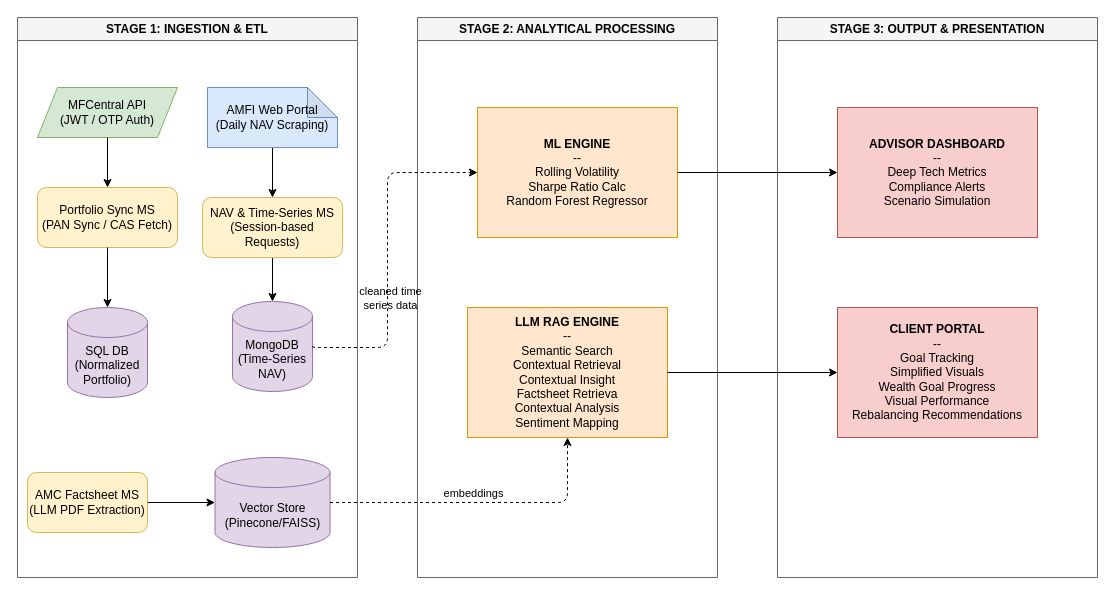
Above: diagrams/aiml-wms-arch.drawio in govindthange/agentic-wealth-advisor-crew (draw.io), before the change. Source tidied: cells renumbered, new cells numbered last; positions are measured from the earlier drawing's top-left corner, leaving out a move shared by most shapes. Both pictures are drawn from the tidied source at 100%, with x=0, y=0 at pixel (17, 17).
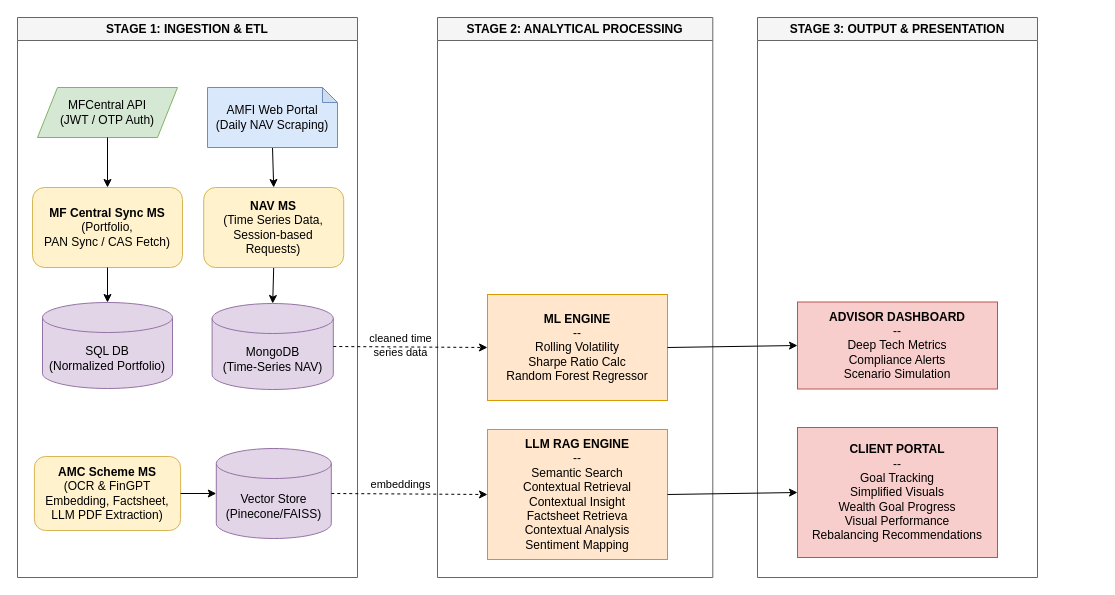
The same diagram, later.

Unchanged cells that the change refers to:
```xml
<mxCell id="2" value="STAGE 1: INGESTION &amp;amp; ETL" style="swimlane;whiteSpace=wrap;html=1;fillColor=#f5f5f5;strokeColor=#666666;fontStyle=1;" parent="1" vertex="1">
  <mxGeometry width="340" height="560" as="geometry" />
</mxCell>
<mxCell id="11" value="MFCentral API&#10;(JWT / OTP Auth)" style="shape=parallelogram;perimeter=parallelogramPerimeter;whiteSpace=wrap;html=1;fixedSize=1;fillColor=#d5e8d4;strokeColor=#82b366;" parent="2" vertex="1">
  <mxGeometry x="20" y="70" width="140" height="50" as="geometry" />
</mxCell>
```

What changed in the source:
```diff
@@
     <mxCell id="3" value="MongoDB&#10;(Time-Series NAV)" style="shape=cylinder3;whiteSpace=wrap;html=1;boundedLbl=1;backgroundOutline=1;size=15;fillColor=#e1d5e7;strokeColor=#9673a6;" parent="2" vertex="1">
-      <mxGeometry x="215" y="284" width="80" height="90" as="geometry" />
+      <mxGeometry x="194.6" y="286" width="121.2" height="86" as="geometry" />
     </mxCell>
@@
-    <mxCell id="5" value="NAV &amp;amp; Time-Series MS&#10;(Session-based Requests)" style="rounded=1;whiteSpace=wrap;html=1;fillColor=#fff2cc;strokeColor=#d6b656;" parent="2" vertex="1">
-      <mxGeometry x="185" y="180" width="140" height="60" as="geometry" />
+    <mxCell id="5" value="&lt;b&gt;NAV MS&lt;/b&gt;&lt;br&gt;(Time Series Data, Session-based&lt;div&gt;Requests)&lt;/div&gt;" style="rounded=1;whiteSpace=wrap;html=1;fillColor=#fff2cc;strokeColor=#d6b656;" parent="2" vertex="1">
+      <mxGeometry x="186.2" y="170" width="140" height="80" as="geometry" />
     </mxCell>
@@
-    <mxCell id="7" value="AMFI Web Portal&#10;(Daily NAV Scraping)" style="shape=note;whiteSpace=wrap;html=1;backgroundOutline=1;darkOpacity=0.05;fillColor=#dae8fc;strokeColor=#6c8ebf;" parent="2" vertex="1">
+    <mxCell id="7" value="AMFI Web Portal&#10;(Daily NAV Scraping)" style="shape=note;whiteSpace=wrap;html=1;backgroundOutline=1;darkOpacity=0.05;fillColor=#dae8fc;strokeColor=#6c8ebf;size=15;" parent="2" vertex="1">
       <mxGeometry x="190" y="70" width="130" height="60" as="geometry" />
     </mxCell>
-    <mxCell id="8" value="AMC Factsheet MS&#10;(LLM PDF Extraction)" style="rounded=1;whiteSpace=wrap;html=1;fillColor=#fff2cc;strokeColor=#d6b656;" parent="2" vertex="1">
-      <mxGeometry x="10" y="455" width="120" height="60" as="geometry" />
+    <mxCell id="8" value="&lt;b&gt;AMC Scheme MS&lt;/b&gt;&lt;br&gt;(OCR &amp;amp; FinGPT Embedding, Factsheet,&lt;div&gt;LLM PDF Extraction&lt;span style=&quot;background-color: transparent;&quot;&gt;)&lt;/span&gt;&lt;/div&gt;" style="rounded=1;whiteSpace=wrap;html=1;fillColor=#fff2cc;strokeColor=#d6b656;" parent="2" vertex="1">
+      <mxGeometry x="16.9" y="439" width="146.2" height="74" as="geometry" />
     </mxCell>
     <mxCell id="9" value="Vector Store&#10;(Pinecone/FAISS)" style="shape=cylinder3;whiteSpace=wrap;html=1;boundedLbl=1;backgroundOutline=1;size=15;fillColor=#e1d5e7;strokeColor=#9673a6;" parent="2" vertex="1">
-      <mxGeometry x="197.5" y="440" width="115" height="90" as="geometry" />
+      <mxGeometry x="198.8" y="431" width="115" height="90" as="geometry" />
     </mxCell>
@@
-    <mxCell id="12" style="edgeStyle=orthogonalEdgeStyle;exitX=0.5;exitY=1;entryX=0.5;entryY=0;" parent="2" edge="1" source="11" target="13">
+    <mxCell id="12" style="exitX=0.5;exitY=1;entryX=0.5;entryY=0;" parent="2" edge="1" source="11" target="13">
       <mxGeometry relative="1" as="geometry" />
     </mxCell>
-    <mxCell id="13" value="Portfolio Sync MS&#10;(PAN Sync / CAS Fetch)" style="rounded=1;whiteSpace=wrap;html=1;fillColor=#fff2cc;strokeColor=#d6b656;" parent="2" vertex="1">
-      <mxGeometry x="20" y="170" width="140" height="60" as="geometry" />
+    <mxCell id="13" value="&lt;b&gt;MF Central Sync MS&lt;/b&gt;&lt;br&gt;(Portfolio,&lt;br&gt;PAN Sync / CAS Fetch)" style="rounded=1;whiteSpace=wrap;html=1;fillColor=#fff2cc;strokeColor=#d6b656;" parent="2" vertex="1">
+      <mxGeometry x="15" y="170" width="150" height="80" as="geometry" />
     </mxCell>
-    <mxCell id="14" style="edgeStyle=orthogonalEdgeStyle;exitX=0.5;exitY=1;entryX=0.5;entryY=0;" parent="2" edge="1" source="13" target="15">
+    <mxCell id="14" style="exitX=0.5;exitY=1;entryX=0.5;entryY=0;" parent="2" edge="1" source="13" target="15">
       <mxGeometry relative="1" as="geometry" />
     </mxCell>
     <mxCell id="15" value="SQL DB&#10;(Normalized Portfolio)" style="shape=cylinder3;whiteSpace=wrap;html=1;boundedLbl=1;backgroundOutline=1;size=15;fillColor=#e1d5e7;strokeColor=#9673a6;" parent="2" vertex="1">
-      <mxGeometry x="50" y="290" width="80" height="90" as="geometry" />
+      <mxGeometry x="25" y="285" width="130" height="86" as="geometry" />
     </mxCell>
     <mxCell id="16" value="STAGE 2: ANALYTICAL PROCESSING" style="swimlane;whiteSpace=wrap;html=1;fillColor=#f5f5f5;strokeColor=#666666;fontStyle=1;" parent="1" vertex="1">
-      <mxGeometry x="400" width="300" height="560" as="geometry" />
+      <mxGeometry x="420" width="275.3" height="560" as="geometry" />
     </mxCell>
+    <mxCell id="20" value="&lt;b&gt;LLM RAG ENGINE&lt;/b&gt;&lt;br&gt;--&lt;br&gt;Semantic Search&lt;div&gt;Contextual Retrieval&lt;br style=&quot;color: rgb(0, 0, 0);&quot;&gt;&lt;span style=&quot;color: rgb(0, 0, 0);&quot;&gt;Contextual Insight&lt;/span&gt;&lt;br&gt;Factsheet Retrieva&lt;/div&gt;&lt;div&gt;Contextual Analysis&lt;/div&gt;&lt;div&gt;Sentiment Mapping&lt;/div&gt;" style="whiteSpace=wrap;html=1;fillColor=#ffe6cc;strokeColor=#d79b00;" parent="16" vertex="1">
+      <mxGeometry x="50" y="412" width="180" height="130" as="geometry" />
+    </mxCell>
     <mxCell id="17" value="&lt;b&gt;ML ENGINE&lt;/b&gt;&lt;br&gt;--&lt;br&gt;Rolling Volatility&lt;br&gt;Sharpe Ratio Calc&lt;br&gt;Random Forest Regressor" style="whiteSpace=wrap;html=1;fillColor=#ffe6cc;strokeColor=#d79b00;" parent="16" vertex="1">
-      <mxGeometry x="60" y="90" width="200" height="130" as="geometry" />
+      <mxGeometry x="50" y="277" width="180" height="106" as="geometry" />
     </mxCell>
     <mxCell id="18" value="STAGE 3: OUTPUT &amp;amp; PRESENTATION" style="swimlane;whiteSpace=wrap;html=1;fillColor=#f5f5f5;strokeColor=#666666;fontStyle=1;" parent="1" vertex="1">
-      <mxGeometry x="760" width="320" height="560" as="geometry" />
+      <mxGeometry x="740" width="280" height="560" as="geometry" />
     </mxCell>
+    <mxCell id="22" value="&lt;b&gt;CLIENT PORTAL&lt;/b&gt;&lt;br&gt;--&lt;br&gt;Goal Tracking&lt;div&gt;Simplified Visuals&lt;br&gt;&lt;div&gt;Wealth Goal Progress&lt;br&gt;Visual Performance&lt;br&gt;Rebalancing Recommendations&lt;/div&gt;&lt;/div&gt;" style="rounded=0;whiteSpace=wrap;html=1;fillColor=#f8cecc;strokeColor=#b85450;" parent="18" vertex="1">
+      <mxGeometry x="40" y="410" width="200" height="130" as="geometry" />
+    </mxCell>
     <mxCell id="19" value="&lt;b&gt;ADVISOR DASHBOARD&lt;/b&gt;&lt;br&gt;--&lt;br&gt;Deep Tech Metrics&lt;br&gt;Compliance Alerts&lt;br&gt;Scenario Simulation" style="rounded=0;whiteSpace=wrap;html=1;fillColor=#f8cecc;strokeColor=#b85450;" parent="18" vertex="1">
-      <mxGeometry x="60" y="90" width="200" height="130" as="geometry" />
+      <mxGeometry x="40" y="284.5" width="200" height="87" as="geometry" />
     </mxCell>
-    <mxCell id="20" value="&lt;b&gt;LLM RAG ENGINE&lt;/b&gt;&lt;br&gt;--&lt;br&gt;Semantic Search&lt;div&gt;Contextual Retrieval&lt;br style=&quot;color: rgb(0, 0, 0);&quot;&gt;&lt;span style=&quot;color: rgb(0, 0, 0);&quot;&gt;Contextual Insight&lt;/span&gt;&lt;br&gt;Factsheet Retrieva&lt;/div&gt;&lt;div&gt;Contextual Analysis&lt;/div&gt;&lt;div&gt;Sentiment Mapping&lt;/div&gt;" style="whiteSpace=wrap;html=1;fillColor=#ffe6cc;strokeColor=#d79b00;" parent="18" vertex="1">
-      <mxGeometry x="-310" y="290" width="200" height="130" as="geometry" />
-    </mxCell>
-    <mxCell id="21" style="edgeStyle=orthogonalEdgeStyle;exitX=1;exitY=0.5;entryX=0;entryY=0.5;" parent="18" edge="1" source="20" target="22">
-      <mxGeometry relative="1" as="geometry" />
-    </mxCell>
-    <mxCell id="22" value="&lt;b&gt;CLIENT PORTAL&lt;/b&gt;&lt;br&gt;--&lt;br&gt;Goal Tracking&lt;div&gt;Simplified Visuals&lt;br&gt;&lt;div&gt;Wealth Goal Progress&lt;br&gt;Visual Performance&lt;br&gt;Rebalancing Recommendations&lt;/div&gt;&lt;/div&gt;" style="rounded=0;whiteSpace=wrap;html=1;fillColor=#f8cecc;strokeColor=#b85450;" parent="18" vertex="1">
-      <mxGeometry x="60" y="290" width="200" height="130" as="geometry" />
-    </mxCell>
-    <mxCell id="23" style="edgeStyle=orthogonalEdgeStyle;exitX=1;exitY=0.5;entryX=0;entryY=0.5;dashed=1;" parent="1" edge="1" source="3" target="17">
-      <mxGeometry relative="1" as="geometry">
-        <Array as="points">
-          <mxPoint x="295" y="330" />
-          <mxPoint x="370" y="330" />
-          <mxPoint x="370" y="155" />
-        </Array>
-      </mxGeometry>
+    <mxCell id="23" style="exitX=1;exitY=0.5;entryX=0;entryY=0.5;dashed=1;" parent="1" edge="1" source="3" target="17">
+      <mxGeometry relative="1" as="geometry" />
     </mxCell>
     <mxCell id="24" value="cleaned time&lt;div&gt;series data&lt;/div&gt;" style="edgeLabel;html=1;align=center;verticalAlign=middle;labelBackgroundColor=none;" parent="23" vertex="1">
       <mxGeometry x="-0.68" y="1" relative="1" as="geometry">
-        <mxPoint x="23" y="-49" as="offset" />
+        <mxPoint x="42" y="-1" as="offset" />
       </mxGeometry>
     </mxCell>
-    <mxCell id="25" style="edgeStyle=orthogonalEdgeStyle;exitX=1;exitY=0.5;entryX=0.5;entryY=1;dashed=1;exitDx=0;exitDy=0;exitPerimeter=0;entryDx=0;entryDy=0;" parent="1" edge="1" source="9" target="20">
-      <mxGeometry relative="1" as="geometry">
-        <Array as="points">
-          <mxPoint x="550" y="485" />
-        </Array>
-      </mxGeometry>
+    <mxCell id="25" style="exitX=1;exitY=0.5;entryX=0;entryY=0.5;dashed=1;exitDx=0;exitDy=0;exitPerimeter=0;entryDx=0;entryDy=0;" parent="1" edge="1" source="9" target="20">
+      <mxGeometry relative="1" as="geometry" />
     </mxCell>
-    <mxCell id="26" value="embeddings" style="edgeLabel;html=1;align=center;verticalAlign=middle;labelBackgroundColor=none;" parent="25" vertex="1">
+    <mxCell id="26" value="embeddings" style="edgeLabel;html=1;align=center;verticalAlign=middle;labelBackgroundColor=default;" parent="25" vertex="1">
       <mxGeometry x="0.1" y="-4" relative="1" as="geometry">
-        <mxPoint x="-23" y="-14" as="offset" />
+        <mxPoint x="-17" y="-14" as="offset" />
       </mxGeometry>
     </mxCell>
+    <mxCell id="21" style="exitX=1;exitY=0.5;entryX=0;entryY=0.5;" parent="1" edge="1" source="20" target="22">
+      <mxGeometry relative="1" as="geometry" />
+    </mxCell>
-    <mxCell id="27" style="edgeStyle=orthogonalEdgeStyle;exitX=1;exitY=0.5;entryX=0;entryY=0.5;" parent="1" edge="1" source="17" target="19">
+    <mxCell id="27" style="exitX=1;exitY=0.5;entryX=0;entryY=0.5;" parent="1" edge="1" source="17" target="19">
       <mxGeometry relative="1" as="geometry" />
     </mxCell>
```
